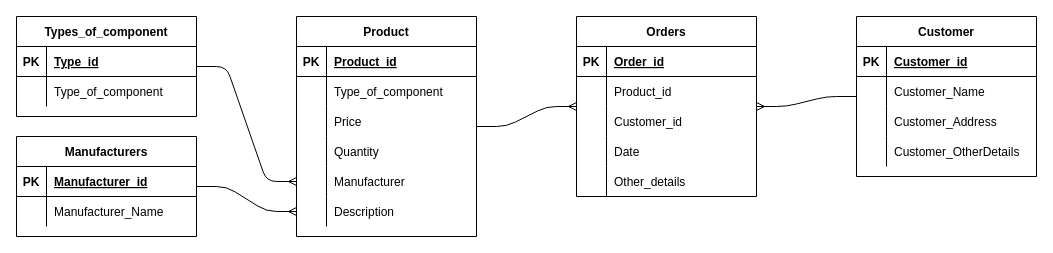
This is DNS.drawio from OleksijShtoltz/Labs_DataBase, a draw.io file, before an edit. Source tidied: cells renumbered, new cells numbered last; positions are measured from the earlier drawing's top-left corner, leaving out a move shared by most shapes. Both pictures are drawn from the tidied source at 100%, with x=0, y=0 at pixel (16, 16).
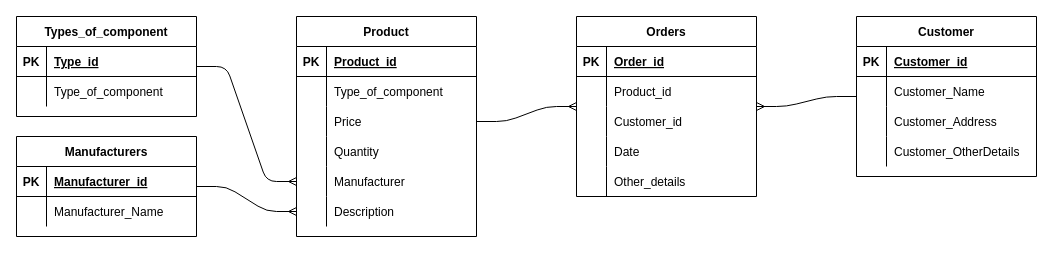
After the change.

The change refers to these unchanged cells:
```xml
<mxCell id="20" value="Product" style="shape=table;startSize=30;childLayout=tableLayout;rowLines=0;fontStyle=1;align=center;" parent="1" vertex="1">
  <mxGeometry x="280" width="180" height="220" as="geometry" />
</mxCell>
<mxCell id="27" style="shape=partialRectangle;fillColor=none;top=0;left=0;bottom=0;right=0;points=[[0,0.5],[1,0.5]];portConstraint=eastwest;" parent="20" vertex="1">
  <mxGeometry y="90" width="180" height="30" as="geometry" />
</mxCell>
<mxCell id="39" value="Orders" style="shape=table;startSize=30;childLayout=tableLayout;rowLines=0;fontStyle=1;align=center;" parent="1" vertex="1">
  <mxGeometry x="560" width="180" height="180" as="geometry" />
</mxCell>
```

The edit, as a diff of the source:
```diff
@@
-    <mxCell id="2" style="fontSize=12;html=1;endArrow=ERmany;edgeStyle=entityRelationEdgeStyle;" parent="1" edge="1" source="20" target="39">
+    <mxCell id="2" style="fontSize=12;html=1;endArrow=ERmany;edgeStyle=entityRelationEdgeStyle;exitX=1;exitY=0.5;exitDx=0;exitDy=0;" parent="1" edge="1" source="27" target="39">
       <mxGeometry relative="1" as="geometry" />
     </mxCell>
```
